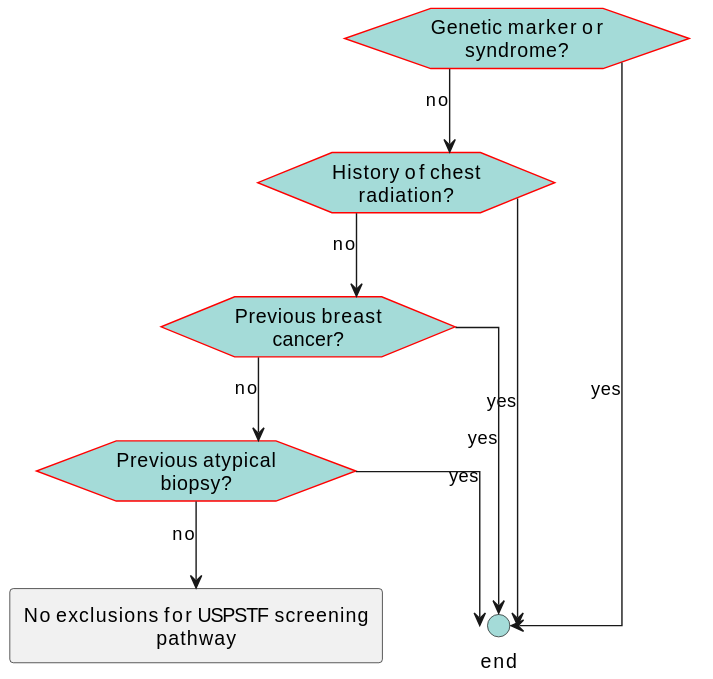
Earlier version of the PlantUML export images/flow-HighRiskExclusions.svg (ccsm-cds-tools/CDC-Breast-Cancer-Screening-CDS-L2).
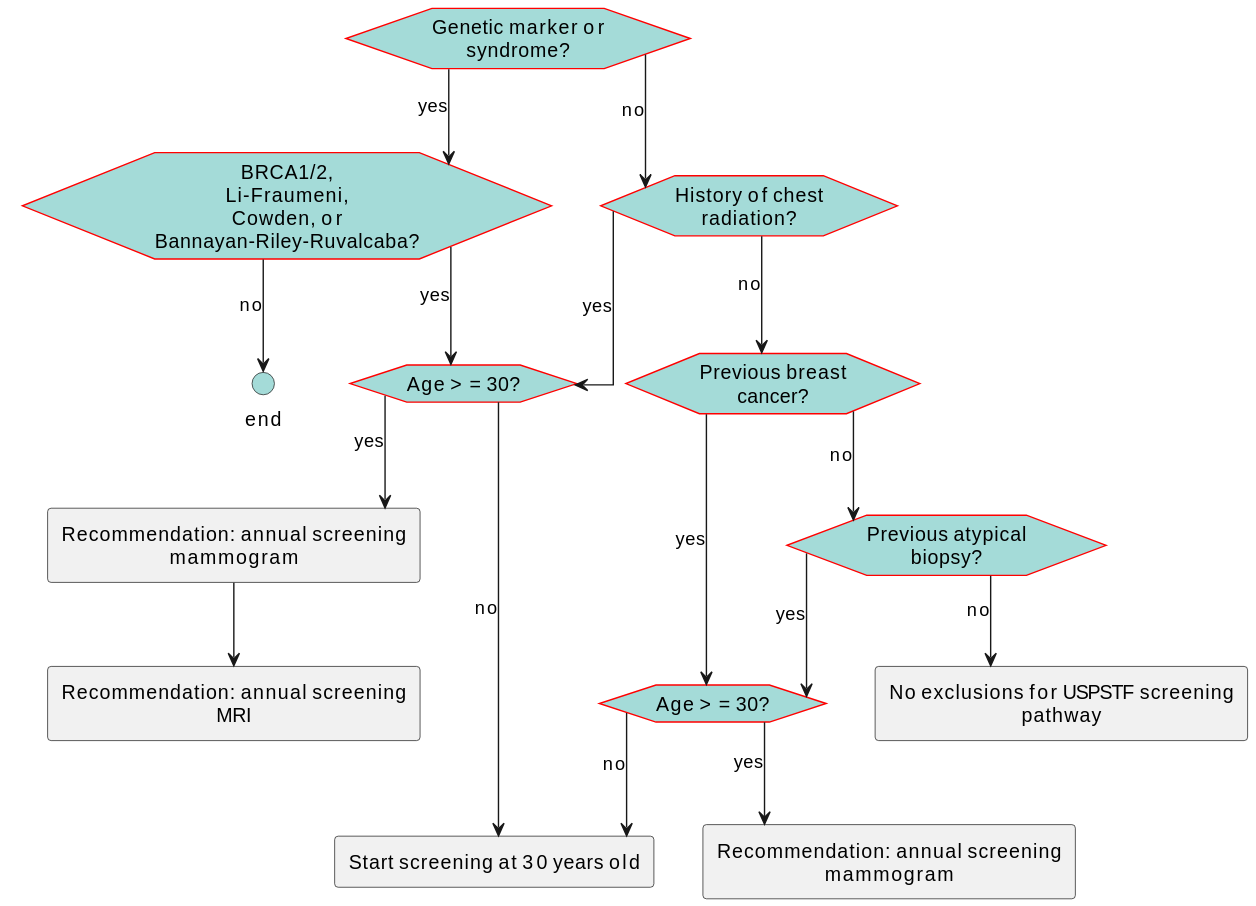
After the commit.

Diff of the diagram source:
```diff
@@ -18,15 +18,29 @@
 }
 </style>
 hexagon "Genetic marker or syndrome?" as eve_geneticrisk [[#eve-geneticrisk]]
+hexagon "BRCA1/2, Li-Fraumeni, Cowden, or Bannayan-Riley-Ruvalcaba?" as eve_acsgeneticrisk [[#eve-acsgeneticrisk]]
 hexagon "History of chest radiation?" as eve_chestxrt [[#eve-chestxrt]]
 hexagon "Previous breast cancer?" as eve_hxbreastca [[#eve-hxbreastca]]
 hexagon "Previous atypical biopsy?" as eve_atypicalbx [[#eve-atypicalbx]]
+hexagon "Age >= 30?" as eve_ageatleast30high [[#eve-ageatleast30high]]
+rectangle "Recommendation: annual screening mammogram" as act_acshighriskmammo [[#act-acshighriskmammo]]
+hexagon "Age >= 30?" as eve_ageatleast30int [[#eve-ageatleast30int]]
 circle "end" as end_exclusions <<end>>
+rectangle "Start screening at 30 years old" as act_startdateacsrisk [[#act-startdateacsrisk]]
+rectangle "Recommendation: annual screening MRI" as act_acshighriskmri [[#act-acshighriskmri]]
+rectangle "Recommendation: annual screening mammogram" as act_acsintriskmammo [[#act-acsintriskmammo]]
 rectangle "No exclusions for USPSTF screening pathway" as act_noexclusions [[#act-noexclusions]]
-eve_geneticrisk-->end_exclusions: yes
-eve_chestxrt-->end_exclusions: yes
-eve_hxbreastca-->end_exclusions: yes
-eve_atypicalbx-->end_exclusions: yes
+eve_geneticrisk-->eve_acsgeneticrisk: yes
+eve_acsgeneticrisk-->eve_ageatleast30high: yes
+eve_acsgeneticrisk-->end_exclusions: no
+eve_chestxrt-->eve_ageatleast30high: yes
+eve_hxbreastca-->eve_ageatleast30int: yes
+eve_atypicalbx-->eve_ageatleast30int: yes
+eve_ageatleast30high-->act_acshighriskmammo: yes
+eve_ageatleast30high-->act_startdateacsrisk: no
+act_acshighriskmammo-->act_acshighriskmri
+eve_ageatleast30int-->act_acsintriskmammo: yes
+eve_ageatleast30int-->act_startdateacsrisk: no
 eve_geneticrisk-->eve_chestxrt: no
 eve_chestxrt-->eve_hxbreastca: no
 eve_hxbreastca-->eve_atypicalbx: no
```
